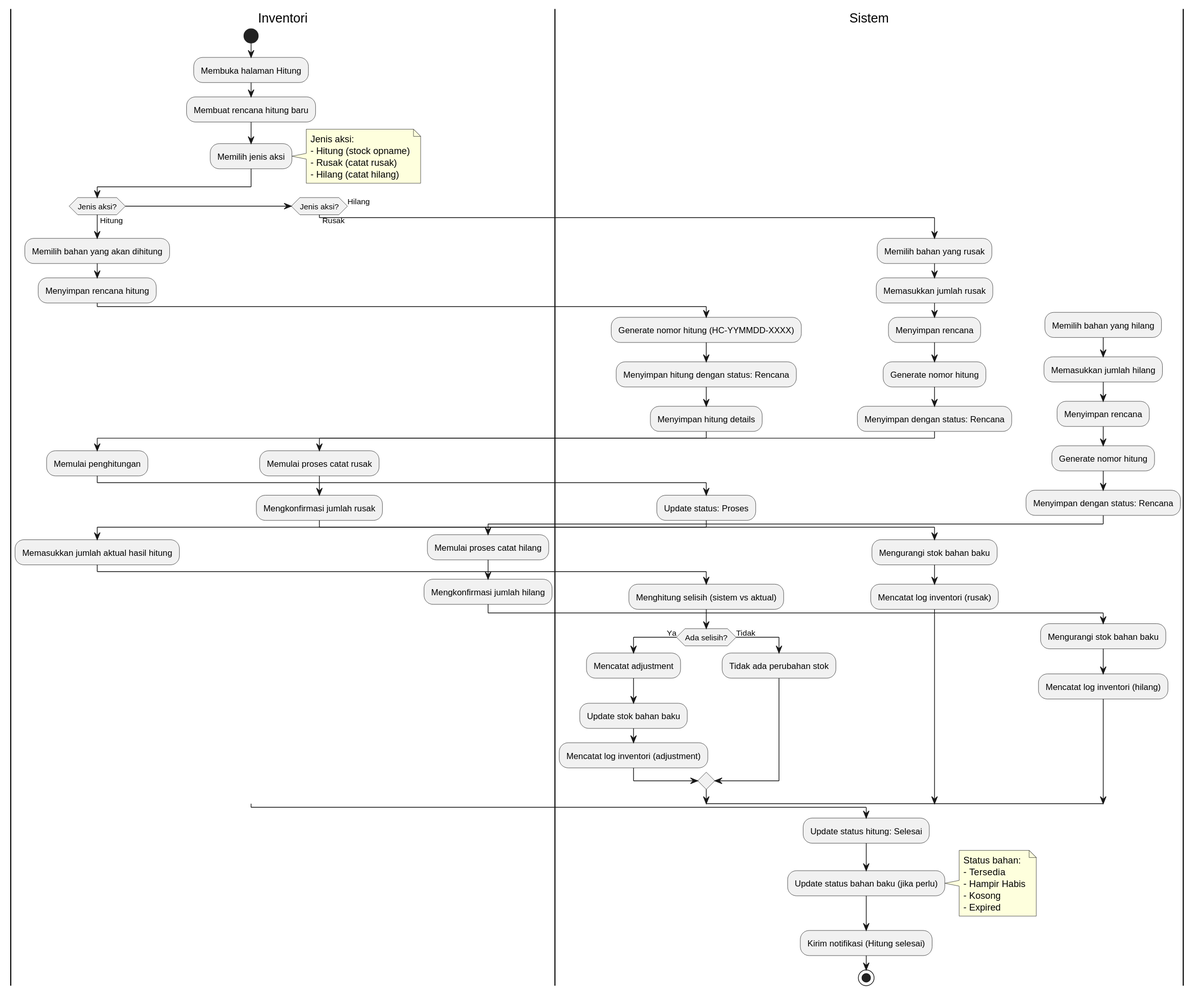
pawon3d/pawon3d keeps this PlantUML diagram as docs/diagrams/svg/activity/Activity Diagram - Proses Hitung Stok.svg. Above is the earlier version.
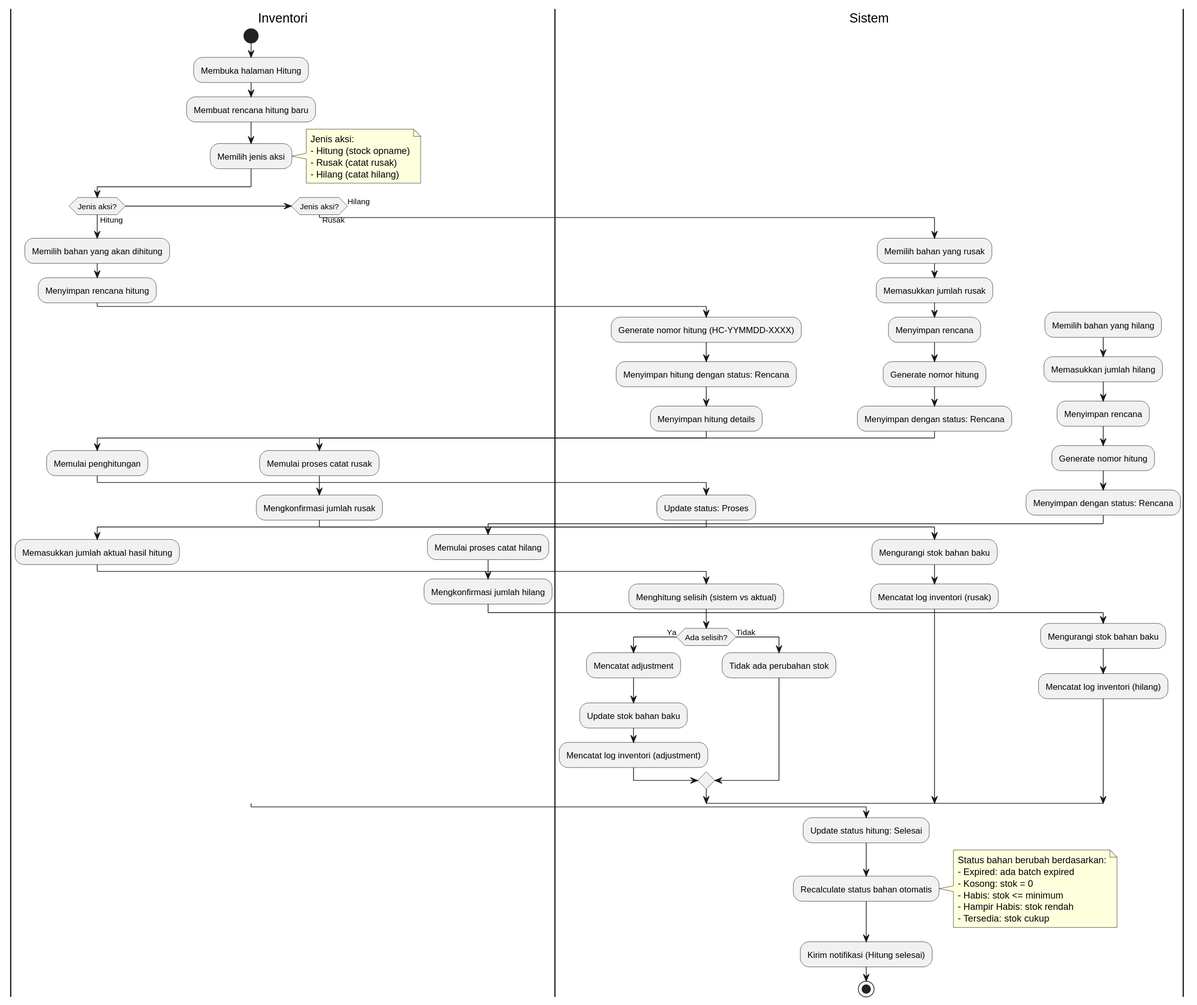
Above is the later version.

Change to the diagram source:
```diff
@@ -78,13 +78,14 @@
 
 |Sistem|
 :Update status hitung: Selesai;
-:Update status bahan baku (jika perlu);
+:Recalculate status bahan otomatis;
 note right
-  Status bahan:
-  - Tersedia
-  - Hampir Habis
-  - Kosong
-  - Expired
+  Status bahan berubah berdasarkan:
+  - Expired: ada batch expired
+  - Kosong: stok = 0
+  - Habis: stok <= minimum
+  - Hampir Habis: stok rendah
+  - Tersedia: stok cukup
 end note
 :Kirim notifikasi (Hitung selesai);
 
```
